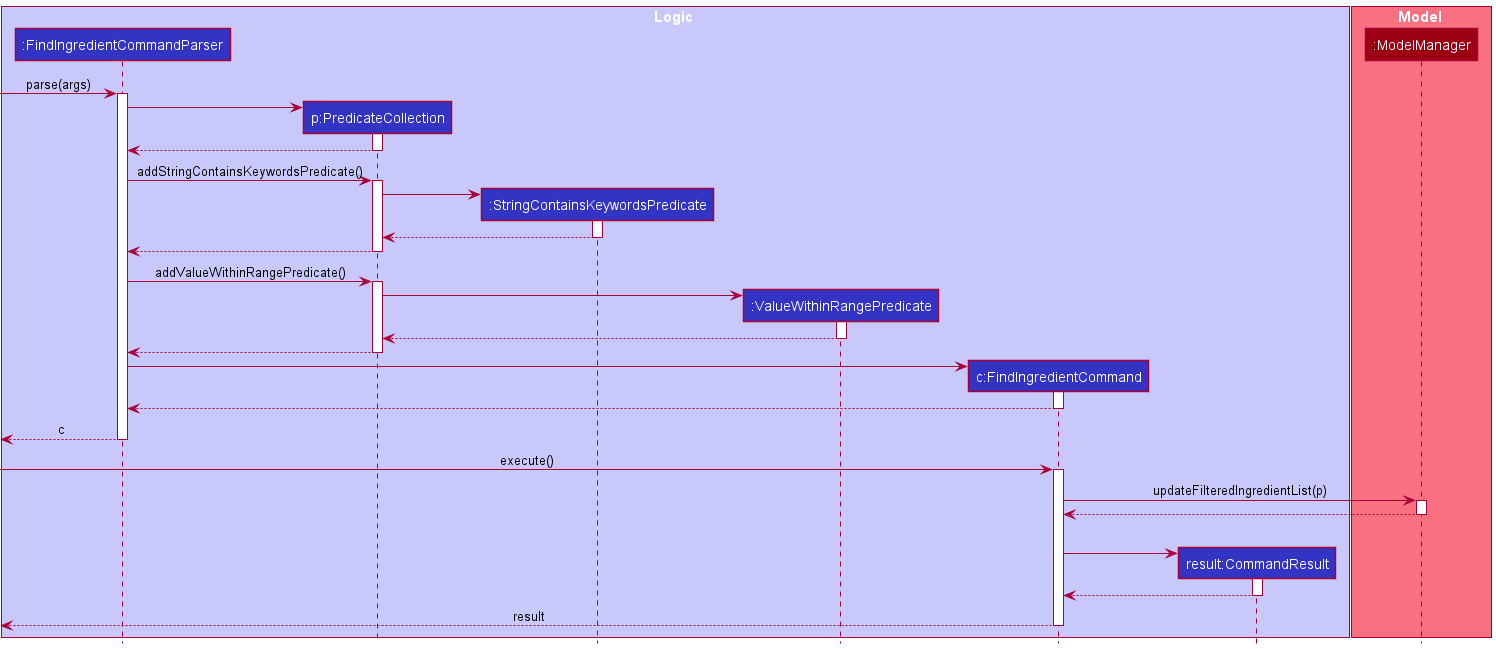
Before: docs/images/FindSequenceDiagram.png, a diagram exported from PlantUML (zognin/tp).
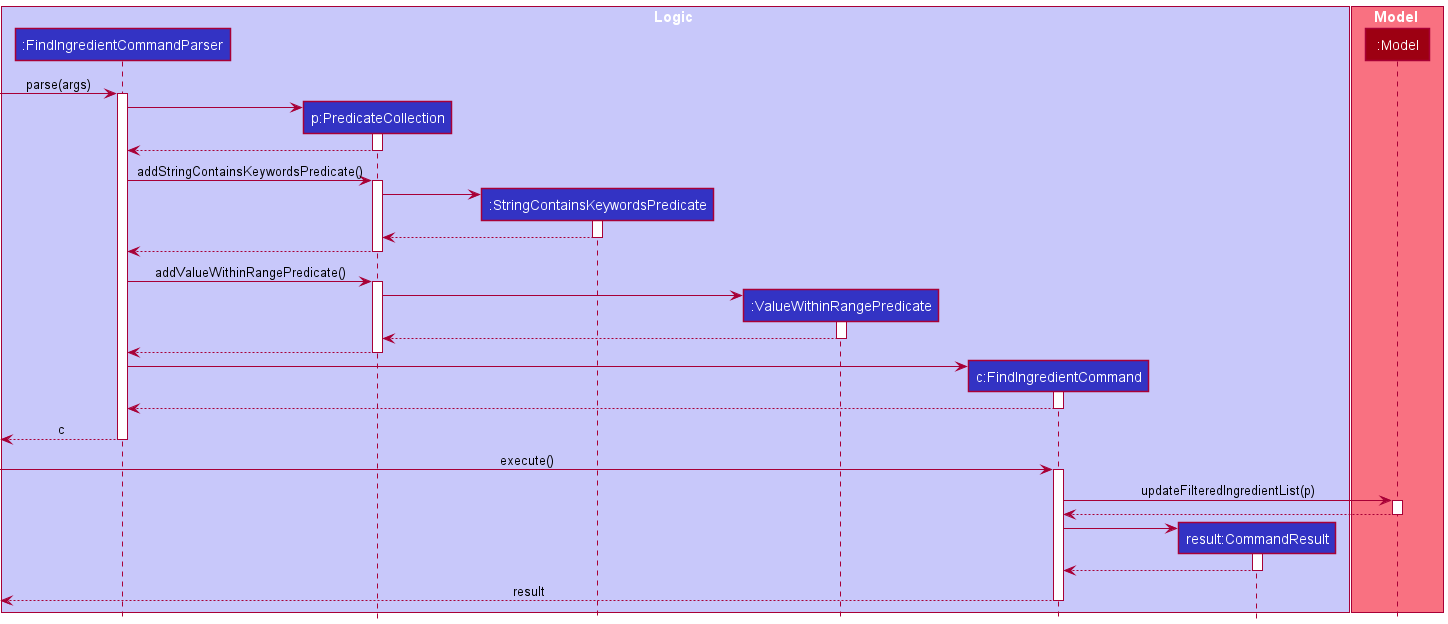
After the change.

Commit message:
Add sequence diagram image

Diff of the diagram source:
```diff
@@ -1,6 +1,5 @@
 @startuml
 !include style.puml
-skinparam Padding 0
 
 box Logic LOGIC_COLOR_T1
 participant ":FindIngredientCommandParser" as FindIngredientCommandParser LOGIC_COLOR
@@ -10,11 +9,12 @@
 participant "c:FindIngredientCommand" as FindIngredientCommand LOGIC_COLOR
 participant "result:CommandResult" as CommandResult LOGIC_COLOR
 end box
+
 [-> FindIngredientCommandParser : parse(args)
 activate FindIngredientCommandParser
 
 box Model MODEL_COLOR_T1
-participant ":ModelManager" as ModelManager MODEL_COLOR
+participant ":Model" as Model MODEL_COLOR
 end box
 
 create PredicateCollection
@@ -63,12 +63,12 @@
 [-> FindIngredientCommand : execute()
 activate FindIngredientCommand
 
-FindIngredientCommand -> ModelManager : updateFilteredIngredientList(p)
-activate ModelManager
+FindIngredientCommand -> Model : updateFilteredIngredientList(p)
+activate Model
 
-ModelManager --> FindIngredientCommand
-deactivate ModelManager
-|||
+Model --> FindIngredientCommand
+deactivate Model
+
 create CommandResult
 FindIngredientCommand -> CommandResult
 activate CommandResult
```
